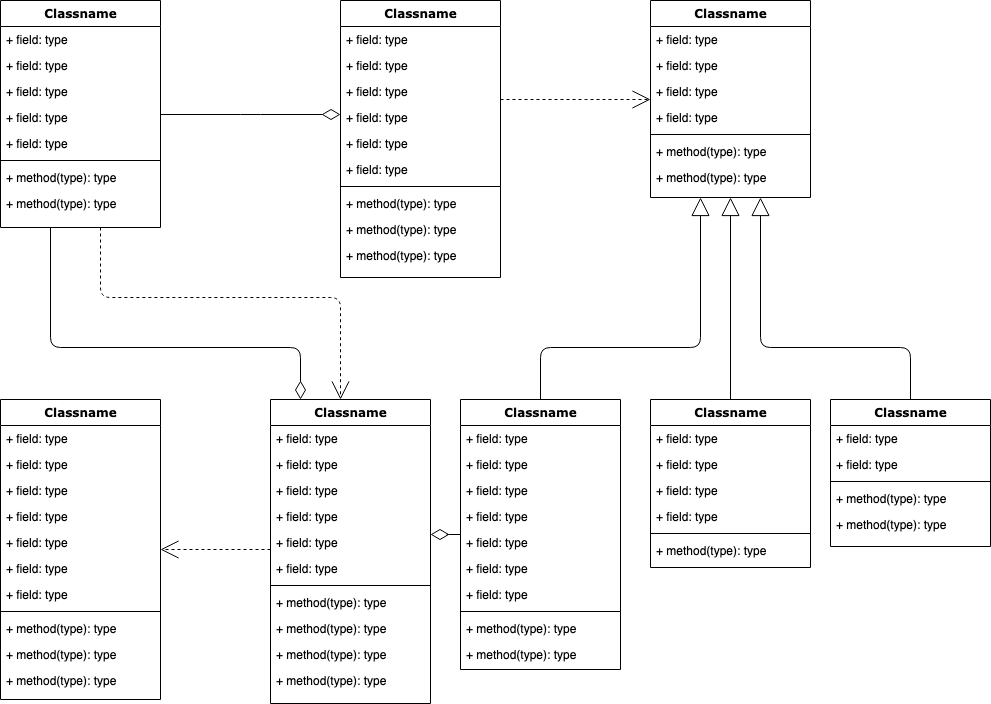
Before: Untitled Diagram.drawio.png, a diagram exported from draw.io (imranmahmood-mba/data_modeling_project). Source tidied: cells renumbered, new cells last; positions are measured from the earlier drawing's top-left corner, leaving out a move shared by most shapes.
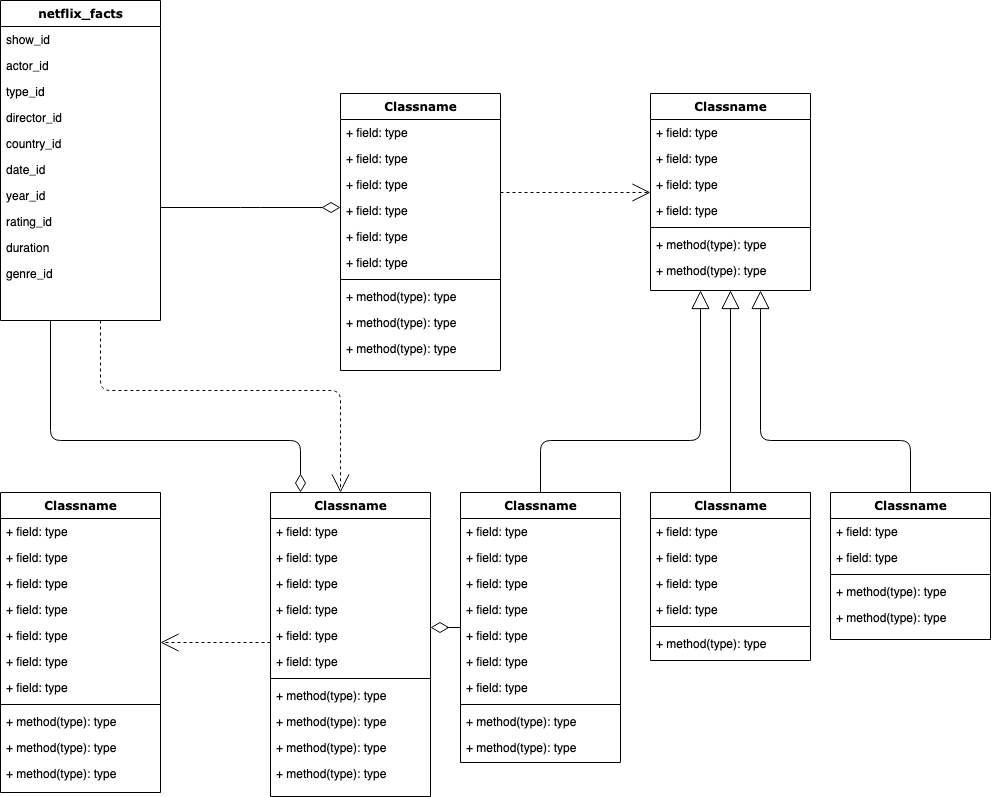
After the change.

Change to the diagram source:
```diff
@@ -18,33 +18,39 @@
         </Array>
       </mxGeometry>
     </mxCell>
-    <mxCell id="4" value="Classname" style="swimlane;html=1;fontStyle=1;align=center;verticalAlign=top;horizontal=1;startSize=26;swimlaneFillColor=#ffffff;rounded=0;shadow=0;comic=0;labelBackgroundColor=none;strokeWidth=1;fillColor=none;fontFamily=Verdana;fontSize=12;" parent="1" vertex="1">
-      <mxGeometry width="160" height="227" as="geometry" />
+    <mxCell id="4" value="netflix_facts" style="swimlane;html=1;fontStyle=1;align=center;verticalAlign=top;horizontal=1;startSize=26;swimlaneFillColor=#ffffff;rounded=0;shadow=0;comic=0;labelBackgroundColor=none;strokeWidth=1;fillColor=none;fontFamily=Verdana;fontSize=12;" parent="1" vertex="1">
+      <mxGeometry y="-93" width="160" height="320" as="geometry" />
     </mxCell>
-    <mxCell id="5" value="+ field: type" style="text;html=1;strokeColor=none;fillColor=none;align=left;verticalAlign=top;spacingLeft=4;spacingRight=4;whiteSpace=wrap;overflow=hidden;" parent="4" vertex="1">
+    <mxCell id="5" value="show_id" style="text;html=1;strokeColor=none;fillColor=none;align=left;verticalAlign=top;spacingLeft=4;spacingRight=4;whiteSpace=wrap;overflow=hidden;" parent="4" vertex="1">
       <mxGeometry y="26" width="160" height="26" as="geometry" />
     </mxCell>
-    <mxCell id="6" value="+ field: type" style="text;html=1;strokeColor=none;fillColor=none;align=left;verticalAlign=top;spacingLeft=4;spacingRight=4;whiteSpace=wrap;overflow=hidden;" parent="4" vertex="1">
+    <mxCell id="6" value="actor_id&lt;br&gt;" style="text;html=1;strokeColor=none;fillColor=none;align=left;verticalAlign=top;spacingLeft=4;spacingRight=4;whiteSpace=wrap;overflow=hidden;" parent="4" vertex="1">
       <mxGeometry y="52" width="160" height="26" as="geometry" />
     </mxCell>
-    <mxCell id="7" value="+ field: type" style="text;html=1;strokeColor=none;fillColor=none;align=left;verticalAlign=top;spacingLeft=4;spacingRight=4;whiteSpace=wrap;overflow=hidden;" parent="4" vertex="1">
+    <mxCell id="7" value="type_id&lt;br&gt;" style="text;html=1;strokeColor=none;fillColor=none;align=left;verticalAlign=top;spacingLeft=4;spacingRight=4;whiteSpace=wrap;overflow=hidden;" parent="4" vertex="1">
       <mxGeometry y="78" width="160" height="26" as="geometry" />
     </mxCell>
-    <mxCell id="8" value="+ field: type" style="text;html=1;strokeColor=none;fillColor=none;align=left;verticalAlign=top;spacingLeft=4;spacingRight=4;whiteSpace=wrap;overflow=hidden;" parent="4" vertex="1">
+    <mxCell id="8" value="director_id&lt;br&gt;" style="text;html=1;strokeColor=none;fillColor=none;align=left;verticalAlign=top;spacingLeft=4;spacingRight=4;whiteSpace=wrap;overflow=hidden;" parent="4" vertex="1">
       <mxGeometry y="104" width="160" height="26" as="geometry" />
     </mxCell>
-    <mxCell id="9" value="+ field: type" style="text;html=1;strokeColor=none;fillColor=none;align=left;verticalAlign=top;spacingLeft=4;spacingRight=4;whiteSpace=wrap;overflow=hidden;" parent="4" vertex="1">
+    <mxCell id="9" value="country_id&lt;br&gt;" style="text;html=1;strokeColor=none;fillColor=none;align=left;verticalAlign=top;spacingLeft=4;spacingRight=4;whiteSpace=wrap;overflow=hidden;" parent="4" vertex="1">
       <mxGeometry y="130" width="160" height="26" as="geometry" />
     </mxCell>
-    <mxCell id="10" style="line;html=1;strokeWidth=1;fillColor=none;align=left;verticalAlign=middle;spacingTop=-1;spacingLeft=3;spacingRight=3;labelPosition=right;" parent="4" vertex="1">
-      <mxGeometry y="156" width="160" height="8" as="geometry" />
-    </mxCell>
-    <mxCell id="11" value="+ method(type): type" style="text;html=1;strokeColor=none;fillColor=none;align=left;verticalAlign=top;spacingLeft=4;spacingRight=4;whiteSpace=wrap;overflow=hidden;" parent="4" vertex="1">
-      <mxGeometry y="164" width="160" height="26" as="geometry" />
-    </mxCell>
-    <mxCell id="12" value="+ method(type): type" style="text;html=1;strokeColor=none;fillColor=none;align=left;verticalAlign=top;spacingLeft=4;spacingRight=4;whiteSpace=wrap;overflow=hidden;" parent="4" vertex="1">
-      <mxGeometry y="190" width="160" height="26" as="geometry" />
-    </mxCell>
+    <mxCell id="87" value="date_id&lt;br&gt;" style="text;html=1;strokeColor=none;fillColor=none;align=left;verticalAlign=top;spacingLeft=4;spacingRight=4;whiteSpace=wrap;overflow=hidden;" parent="4" vertex="1">
+      <mxGeometry y="156" width="160" height="26" as="geometry" />
+    </mxCell>
+    <mxCell id="88" value="year_id&lt;br&gt;" style="text;html=1;strokeColor=none;fillColor=none;align=left;verticalAlign=top;spacingLeft=4;spacingRight=4;whiteSpace=wrap;overflow=hidden;" parent="4" vertex="1">
+      <mxGeometry y="182" width="160" height="26" as="geometry" />
+    </mxCell>
+    <mxCell id="89" value="rating_id" style="text;html=1;strokeColor=none;fillColor=none;align=left;verticalAlign=top;spacingLeft=4;spacingRight=4;whiteSpace=wrap;overflow=hidden;" parent="4" vertex="1">
+      <mxGeometry y="208" width="160" height="26" as="geometry" />
+    </mxCell>
+    <mxCell id="90" value="duration" style="text;html=1;strokeColor=none;fillColor=none;align=left;verticalAlign=top;spacingLeft=4;spacingRight=4;whiteSpace=wrap;overflow=hidden;" parent="4" vertex="1">
+      <mxGeometry y="234" width="160" height="26" as="geometry" />
+    </mxCell>
+    <mxCell id="91" value="genre_id&lt;br&gt;" style="text;html=1;strokeColor=none;fillColor=none;align=left;verticalAlign=top;spacingLeft=4;spacingRight=4;whiteSpace=wrap;overflow=hidden;" parent="4" vertex="1">
+      <mxGeometry y="260" width="160" height="26" as="geometry" />
+    </mxCell>
     <mxCell id="13" style="edgeStyle=elbowEdgeStyle;html=1;labelBackgroundColor=none;startFill=0;startSize=8;endArrow=open;endFill=0;endSize=16;fontFamily=Verdana;fontSize=12;elbow=vertical;dashed=1;" parent="1" edge="1" source="14" target="25">
       <mxGeometry relative="1" as="geometry" />
     </mxCell>
```
